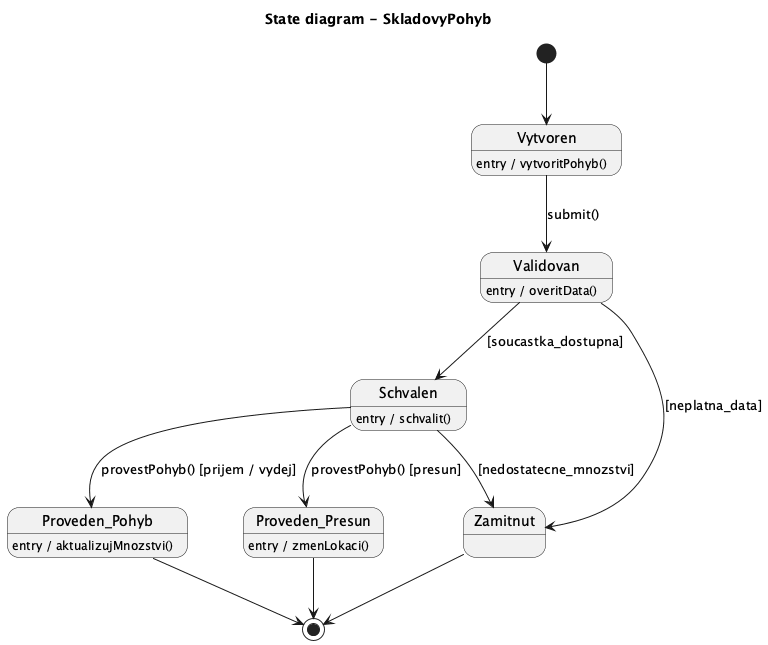
Before: docs/images/09_state_pohyb_skladu.png, a diagram exported from PlantUML (lkvapil/wms-elektronicke-soucastky).
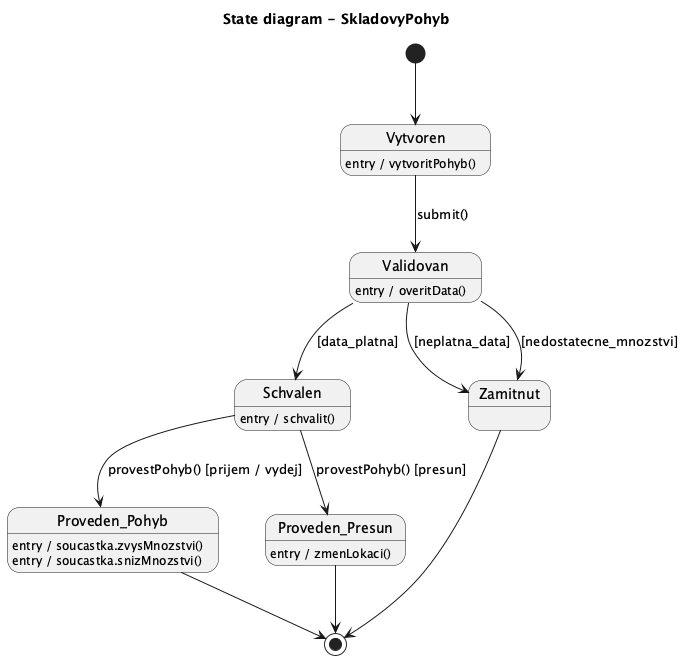
After the commit.

Commit message:
refactor: odebrana aktualizujMnozstvi ze Sklad, ve state diagramu pouzity metody Soucastky

Diff of the diagram source:
```diff
@@ -7,15 +7,16 @@
 Vytvoren --> Validovan : submit()
 
 Validovan : entry / overitData()
-Validovan --> Schvalen : [soucastka_dostupna]
+Validovan --> Schvalen : [data_platna]
 Validovan --> Zamitnut : [neplatna_data]
+Validovan --> Zamitnut : [nedostatecne_mnozstvi]
 
 Schvalen : entry / schvalit()
 Schvalen --> Proveden_Pohyb : provestPohyb() [prijem / vydej]
 Schvalen --> Proveden_Presun : provestPohyb() [presun]
-Schvalen --> Zamitnut : [nedostatecne_mnozstvi]
 
-Proveden_Pohyb : entry / aktualizujMnozstvi()
+Proveden_Pohyb : entry / soucastka.zvysMnozstvi()
+Proveden_Pohyb : entry / soucastka.snizMnozstvi()
 Proveden_Presun : entry / zmenLokaci()
 
 Proveden_Pohyb --> [*]
```
